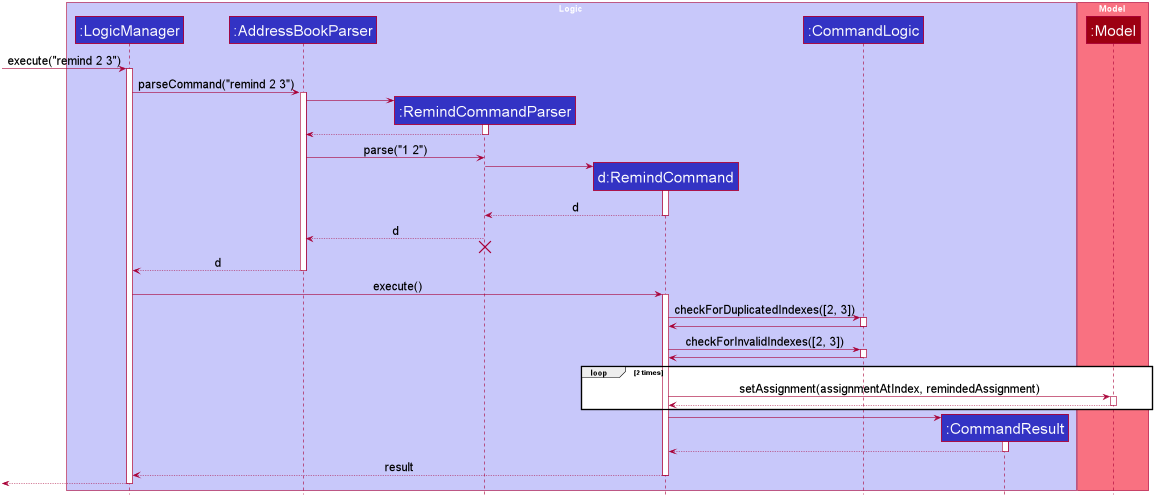
Above: docs/images/RemindMultipleSequenceDiagram.png in nus-cs2103-AY2021S1/tp (PlantUML), before the change. The source it was exported from:
```plantuml
@startuml









skinparam BackgroundColor #FFFFFFF

skinparam Shadowing false

skinparam Class {
    FontColor #FFFFFF
    BorderThickness 1
    BorderColor #FFFFFF
    StereotypeFontColor #FFFFFF
    FontName Arial
}

skinparam Actor {
    BorderColor #000000
    Color #000000
    FontName Arial
}

skinparam Sequence {
    MessageAlign center
    BoxFontSize 15
    BoxPadding 0
    BoxFontColor #FFFFFF
    FontName Arial
}

skinparam Participant {
    FontColor #FFFFFFF
    Padding 20
}

skinparam MinClassWidth 50
skinparam ParticipantPadding 10
skinparam Shadowing false
skinparam DefaultTextAlignment center
skinparam packageStyle Rectangle

hide footbox
hide members
hide circle
skinparam ParticipantFontSize 25
skinparam ArrowFontSize 20
skinparam FontSize 20

box Logic #C8C8FA
participant ":LogicManager" as LogicManager #3333C4
participant ":AddressBookParser" as AddressBookParser #3333C4
participant ":RemindCommandParser" as RemindCommandParser #3333C4
participant "d:RemindCommand" as RemindCommand #3333C4
participant ":CommandLogic" as CommandLogic #3333C4
participant ":CommandResult" as CommandResult #3333C4
end box

box Model #F97181
participant ":Model" as Model #9D0012
end box

[-> LogicManager : execute("remind 2 3")
activate LogicManager

LogicManager -> AddressBookParser : parseCommand("remind 2 3")
activate AddressBookParser

create RemindCommandParser
AddressBookParser -> RemindCommandParser
activate RemindCommandParser

RemindCommandParser --> AddressBookParser
deactivate RemindCommandParser

AddressBookParser -> RemindCommandParser : parse("1 2")

create RemindCommand
RemindCommandParser -> RemindCommand
activate RemindCommand

RemindCommand --> RemindCommandParser : d
deactivate RemindCommand

RemindCommandParser --> AddressBookParser : d
RemindCommandParser -[hidden]-> AddressBookParser
destroy RemindCommandParser

AddressBookParser --> LogicManager : d
deactivate AddressBookParser

LogicManager -> RemindCommand : execute()
activate RemindCommand

RemindCommand -> CommandLogic : checkForDuplicatedIndexes([2, 3])
activate CommandLogic

CommandLogic -> RemindCommand
deactivate CommandLogic

RemindCommand -> CommandLogic : checkForInvalidIndexes([2, 3])
activate CommandLogic

CommandLogic -> RemindCommand
deactivate CommandLogic

loop 2 times
    RemindCommand -> Model : setAssignment(assignmentAtIndex, remindedAssignment)
    activate Model

    Model --> RemindCommand
    deactivate Model
end

create CommandResult
RemindCommand -> CommandResult
activate CommandResult

CommandResult --> RemindCommand
deactivate CommandResult

RemindCommand --> LogicManager : result
deactivate RemindCommand

[<--LogicManager
deactivate LogicManager
@enduml
```
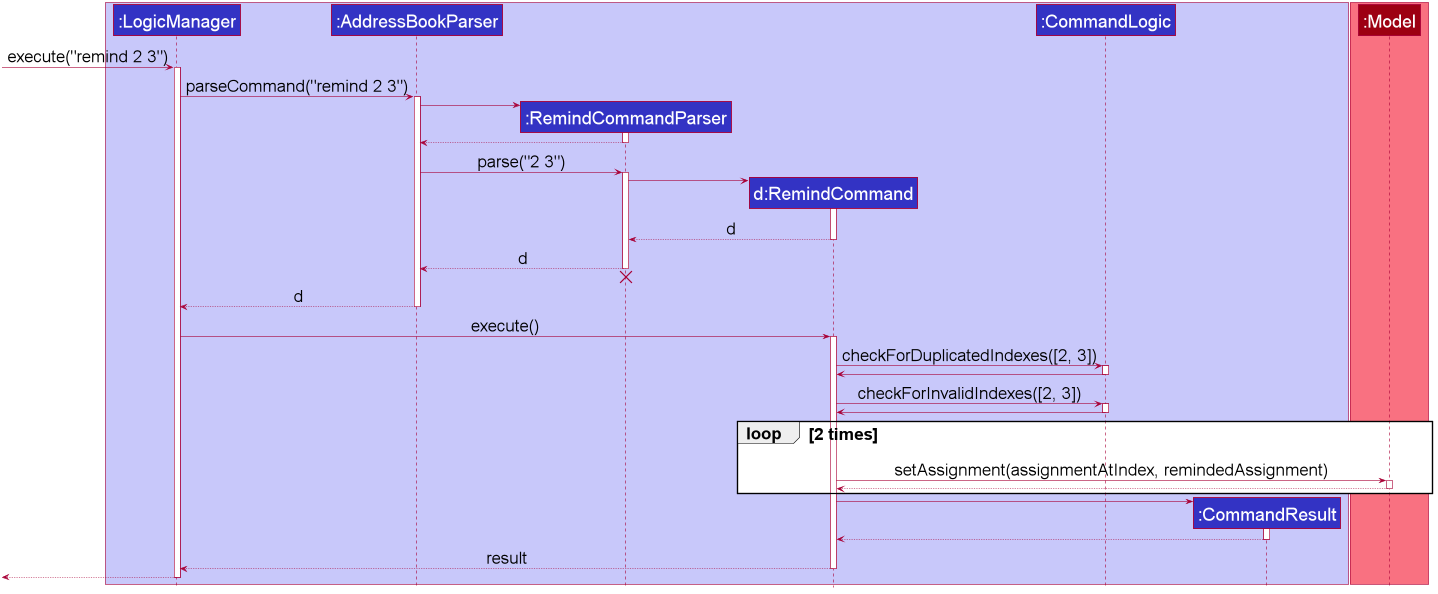
The same diagram one commit later.

Commit message:
Edit remind multiple diagram

Diff of the diagram source:
```diff
@@ -48,11 +48,11 @@
 hide footbox
 hide members
 hide circle
-skinparam ParticipantFontSize 25
-skinparam ArrowFontSize 20
-skinparam FontSize 20
+skinparam ParticipantFontSize 30
+skinparam ArrowFontSize 28
+skinparam defaultFontSize 28
 
-box Logic #C8C8FA
+box #C8C8FA
 participant ":LogicManager" as LogicManager #3333C4
 participant ":AddressBookParser" as AddressBookParser #3333C4
 participant ":RemindCommandParser" as RemindCommandParser #3333C4
@@ -61,7 +61,7 @@
 participant ":CommandResult" as CommandResult #3333C4
 end box
 
-box Model #F97181
+box #F97181
 participant ":Model" as Model #9D0012
 end box
 
@@ -78,7 +78,8 @@
 RemindCommandParser --> AddressBookParser
 deactivate RemindCommandParser
 
-AddressBookParser -> RemindCommandParser : parse("1 2")
+AddressBookParser -> RemindCommandParser : parse("2 3")
+activate RemindCommandParser
 
 create RemindCommand
 RemindCommandParser -> RemindCommand
@@ -88,6 +89,7 @@
 deactivate RemindCommand
 
 RemindCommandParser --> AddressBookParser : d
+deactivate RemindCommandParser
 RemindCommandParser -[hidden]-> AddressBookParser
 destroy RemindCommandParser
 
```
